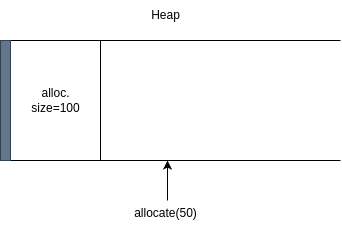
Above: assets/main2.png in lefosg/my-malloc-free (draw.io), before the change. Source tidied: cells renumbered, new cells last; positions are measured from the earlier drawing's top-left corner, leaving out a move shared by most shapes. The source it was exported from:
```xml
<mxGraphModel>
  <root>
    <mxCell id="0" />
    <mxCell id="1" parent="0" />
    <mxCell id="2" style="endArrow=none;html=1;rounded=0;" parent="1" edge="1">
      <mxGeometry relative="1" as="geometry">
        <mxPoint y="40" as="sourcePoint" />
        <mxPoint x="340" y="40" as="targetPoint" />
      </mxGeometry>
    </mxCell>
    <mxCell id="3" style="endArrow=none;html=1;rounded=0;" parent="1" edge="1">
      <mxGeometry relative="1" as="geometry">
        <mxPoint y="160" as="sourcePoint" />
        <mxPoint x="340" y="160" as="targetPoint" />
      </mxGeometry>
    </mxCell>
    <mxCell id="4" style="endArrow=classic;html=1;rounded=0;" parent="1" edge="1">
      <mxGeometry relative="1" as="geometry">
        <mxPoint x="167" y="200" as="sourcePoint" />
        <mxPoint x="167" y="160" as="targetPoint" />
      </mxGeometry>
    </mxCell>
    <mxCell id="5" value="allocate(50)" style="text;html=1;align=center;verticalAlign=middle;strokeColor=none;fillColor=none;" parent="1" vertex="1">
      <mxGeometry x="120" y="198" width="90" height="30" as="geometry" />
    </mxCell>
    <mxCell id="6" value="Heap" style="text;html=1;align=center;verticalAlign=middle;strokeColor=none;fillColor=none;" parent="1" vertex="1">
      <mxGeometry x="140" width="50" height="30" as="geometry" />
    </mxCell>
    <mxCell id="7" style="rounded=0;whiteSpace=wrap;html=1;fillColor=#647687;fontColor=#ffffff;strokeColor=#314354;" parent="1" vertex="1">
      <mxGeometry y="40" width="10" height="120" as="geometry" />
    </mxCell>
    <mxCell id="8" style="endArrow=none;html=1;rounded=0;" parent="1" edge="1">
      <mxGeometry relative="1" as="geometry">
        <mxPoint x="100" y="160" as="sourcePoint" />
        <mxPoint x="100" y="40" as="targetPoint" />
      </mxGeometry>
    </mxCell>
    <mxCell id="9" value="alloc.&lt;div&gt;size=100&lt;/div&gt;" style="text;html=1;align=center;verticalAlign=middle;strokeColor=none;fillColor=none;" parent="1" vertex="1">
      <mxGeometry x="20" y="80" width="70" height="40" as="geometry" />
    </mxCell>
  </root>
</mxGraphModel>
```
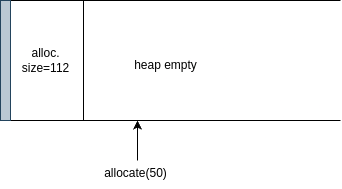
After the change.

Diff of the diagram source:
```diff
@@ -4,16 +4,19 @@
     <mxCell id="1" parent="0" />
     <mxCell id="2" style="endArrow=none;html=1;rounded=0;" parent="1" edge="1">
       <mxGeometry relative="1" as="geometry">
-        <mxPoint y="40" as="sourcePoint" />
-        <mxPoint x="340" y="40" as="targetPoint" />
+        <mxPoint x="30" y="40" as="sourcePoint" />
+        <mxPoint x="370" y="40" as="targetPoint" />
       </mxGeometry>
     </mxCell>
     <mxCell id="3" style="endArrow=none;html=1;rounded=0;" parent="1" edge="1">
       <mxGeometry relative="1" as="geometry">
-        <mxPoint y="160" as="sourcePoint" />
-        <mxPoint x="340" y="160" as="targetPoint" />
+        <mxPoint x="30" y="160" as="sourcePoint" />
+        <mxPoint x="370" y="160" as="targetPoint" />
       </mxGeometry>
     </mxCell>
+    <mxCell id="10" value="heap empty" style="text;html=1;align=center;verticalAlign=middle;strokeColor=none;fillColor=none;" parent="1" vertex="1">
+      <mxGeometry x="150" y="90" width="90" height="30" as="geometry" />
+    </mxCell>
     <mxCell id="4" style="endArrow=classic;html=1;rounded=0;" parent="1" edge="1">
       <mxGeometry relative="1" as="geometry">
         <mxPoint x="167" y="200" as="sourcePoint" />
@@ -23,20 +26,17 @@
     <mxCell id="5" value="allocate(50)" style="text;html=1;align=center;verticalAlign=middle;strokeColor=none;fillColor=none;" parent="1" vertex="1">
       <mxGeometry x="120" y="198" width="90" height="30" as="geometry" />
     </mxCell>
-    <mxCell id="6" value="Heap" style="text;html=1;align=center;verticalAlign=middle;strokeColor=none;fillColor=none;" parent="1" vertex="1">
-      <mxGeometry x="140" width="50" height="30" as="geometry" />
-    </mxCell>
-    <mxCell id="7" style="rounded=0;whiteSpace=wrap;html=1;fillColor=#647687;fontColor=#ffffff;strokeColor=#314354;" parent="1" vertex="1">
-      <mxGeometry y="40" width="10" height="120" as="geometry" />
-    </mxCell>
-    <mxCell id="8" style="endArrow=none;html=1;rounded=0;" parent="1" edge="1">
-      <mxGeometry relative="1" as="geometry">
-        <mxPoint x="100" y="160" as="sourcePoint" />
-        <mxPoint x="100" y="40" as="targetPoint" />
-      </mxGeometry>
-    </mxCell>
-    <mxCell id="9" value="alloc.&lt;div&gt;size=100&lt;/div&gt;" style="text;html=1;align=center;verticalAlign=middle;strokeColor=none;fillColor=none;" parent="1" vertex="1">
-      <mxGeometry x="20" y="80" width="70" height="40" as="geometry" />
-    </mxCell>
+    <mxCell id="11" style="endArrow=none;html=1;rounded=0;" parent="1" edge="1">
+      <mxGeometry relative="1" as="geometry">
+        <mxPoint x="113" y="160" as="sourcePoint" />
+        <mxPoint x="113" y="40" as="targetPoint" />
+      </mxGeometry>
+    </mxCell>
+    <mxCell id="12" value="alloc.&lt;div&gt;size=112&lt;/div&gt;" style="text;html=1;align=center;verticalAlign=middle;strokeColor=none;fillColor=none;" parent="1" vertex="1">
+      <mxGeometry x="40" y="80" width="70" height="40" as="geometry" />
+    </mxCell>
+    <mxCell id="13" style="rounded=0;whiteSpace=wrap;html=1;fillColor=#bac8d3;strokeColor=#23445d;" parent="1" vertex="1">
+      <mxGeometry x="30" y="40" width="10" height="120" as="geometry" />
+    </mxCell>
   </root>
 </mxGraphModel>
```
